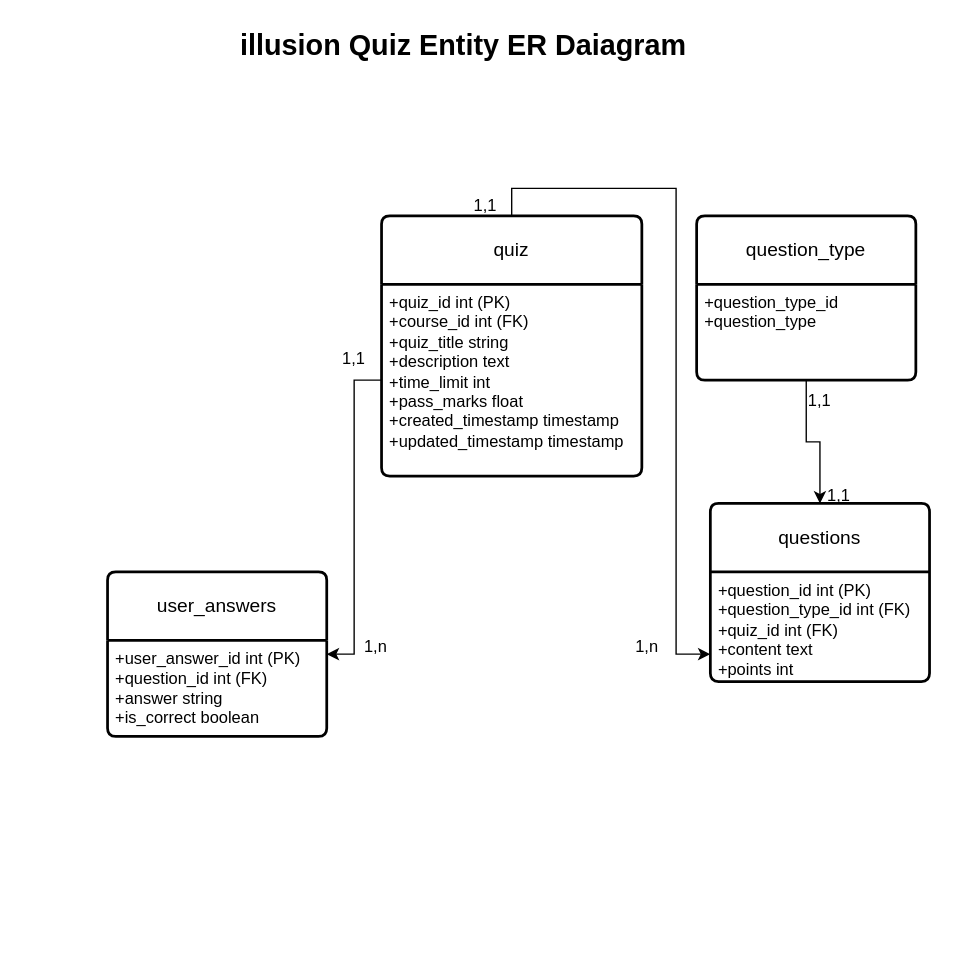
Before: illusion hackathon db model schema 2.drawio in The-Illusion-services/illusion-BE, a draw.io diagram. Source tidied: cells renumbered, new cells numbered last; positions are measured from the earlier drawing's top-left corner, leaving out a move shared by most shapes. Both pictures are drawn from the tidied source at 137%, with x=0, y=0 at pixel (107, 23).
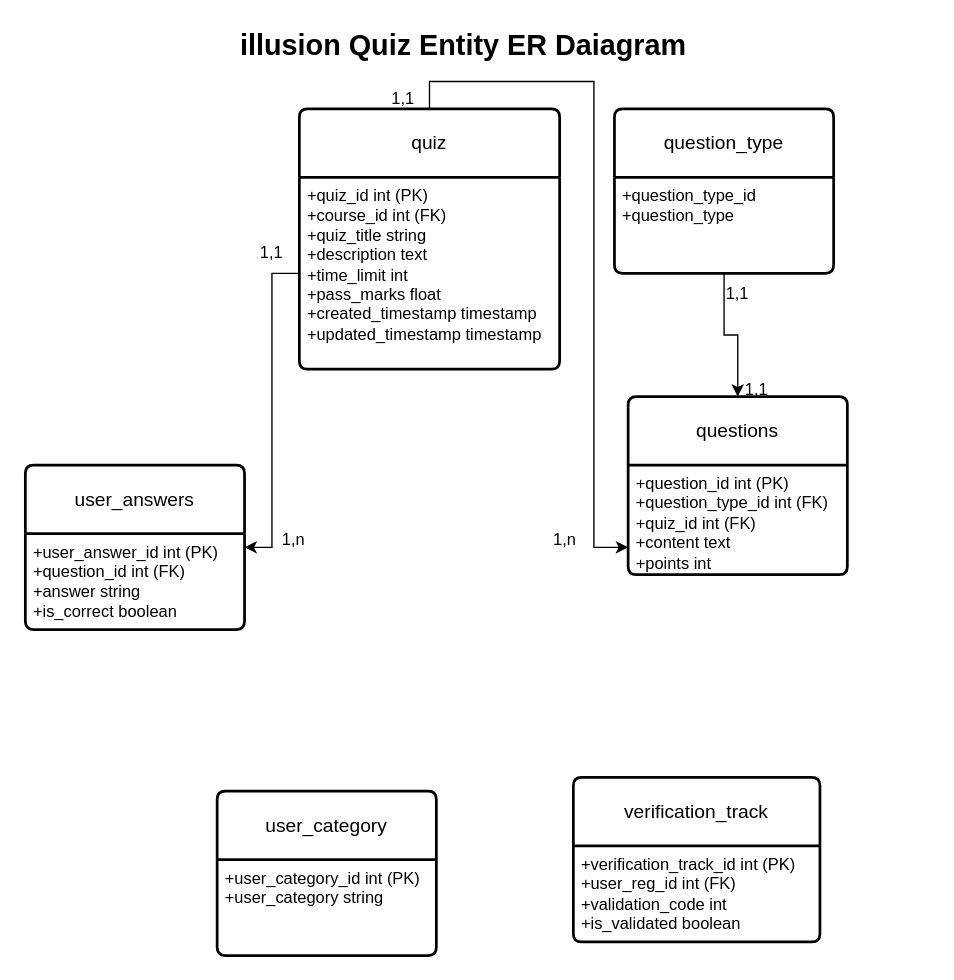
The same page after the edit.

Unchanged cells that the change refers to:
```xml
<mxCell id="4" value="+quiz_id int (PK)&lt;br&gt;+course_id int (FK)&lt;br&gt;&lt;div&gt;+quiz_title string&lt;br&gt;&lt;/div&gt;&lt;div&gt;+description text&lt;br&gt;&lt;/div&gt;&lt;div&gt;+time_limit int&lt;br&gt;&lt;/div&gt;&lt;div&gt;+pass_marks float&lt;br&gt;&lt;/div&gt;&lt;div&gt;+created_timestamp timestamp &lt;br&gt;&lt;/div&gt;&lt;div&gt;+updated_timestamp timestamp&lt;br&gt;&lt;/div&gt;" style="align=left;strokeColor=none;fillColor=none;spacingLeft=4;fontSize=12;verticalAlign=top;html=1;" parent="3" vertex="1">
  <mxGeometry y="50" width="190" height="140" as="geometry" />
</mxCell>
<mxCell id="6" value="+question_type_id&lt;br&gt;+question_type" style="align=left;strokeColor=none;fillColor=none;spacingLeft=4;fontSize=12;verticalAlign=top;html=1;" parent="5" vertex="1">
  <mxGeometry y="50" width="160" height="70" as="geometry" />
</mxCell>
<mxCell id="8" value="+question_id int (PK)&lt;br&gt;+question_type_id int (FK)&lt;br&gt;&lt;div&gt;+quiz_id int (FK)&lt;/div&gt;&lt;div&gt;+content text&lt;/div&gt;&lt;div&gt;+points int &lt;br&gt;&lt;/div&gt;&lt;div&gt;&lt;br&gt;&lt;/div&gt;" style="align=left;strokeColor=none;fillColor=none;spacingLeft=4;fontSize=12;verticalAlign=top;html=1;" parent="7" vertex="1">
  <mxGeometry y="50" width="160" height="80" as="geometry" />
</mxCell>
```

Diff of the diagram source:
```diff
@@
+    <mxCell id="11" value="illusion Quiz Entity ER Daiagram" style="text;html=1;align=center;verticalAlign=middle;whiteSpace=wrap;rounded=0;fontStyle=1;fontSize=21;" parent="1" vertex="1">
+      <mxGeometry x="50" width="420" height="30" as="geometry" />
+    </mxCell>
+    <mxCell id="20" style="group;" parent="1" vertex="1">
+      <mxGeometry x="-60" y="40" width="600" height="402" as="geometry" />
+    </mxCell>
-    <mxCell id="2" style="edgeStyle=orthogonalEdgeStyle;rounded=0;jettySize=auto;html=1;exitX=0.5;exitY=0;exitDx=0;exitDy=0;entryX=0;entryY=0.75;entryDx=0;entryDy=0;" parent="1" edge="1" source="3" target="8">
+    <mxCell id="2" style="edgeStyle=orthogonalEdgeStyle;rounded=0;jettySize=auto;html=1;exitX=0.5;exitY=0;exitDx=0;exitDy=0;entryX=0;entryY=0.75;entryDx=0;entryDy=0;" parent="20" edge="1" source="3" target="8">
       <mxGeometry relative="1" as="geometry" />
     </mxCell>
-    <mxCell id="3" value="quiz" style="swimlane;horizontal=1;startSize=50;rounded=1;fontSize=14;fontStyle=0;strokeWidth=2;shadow=0;dashed=0;align=center;arcSize=4;whiteSpace=wrap;html=1;" parent="1" vertex="1">
-      <mxGeometry x="200" y="140" width="190" height="190" as="geometry" />
+    <mxCell id="3" value="quiz" style="swimlane;horizontal=1;startSize=50;rounded=1;fontSize=14;fontStyle=0;strokeWidth=2;shadow=0;dashed=0;align=center;arcSize=4;whiteSpace=wrap;html=1;" parent="20" vertex="1">
+      <mxGeometry x="200" y="22" width="190" height="190" as="geometry" />
     </mxCell>
@@
-    <mxCell id="5" value="question_type" style="swimlane;horizontal=1;startSize=50;rounded=1;fontSize=14;fontStyle=0;strokeWidth=2;shadow=0;dashed=0;align=center;arcSize=4;whiteSpace=wrap;html=1;" parent="1" vertex="1">
-      <mxGeometry x="430" y="140" width="160" height="120" as="geometry" />
+    <mxCell id="5" value="question_type" style="swimlane;horizontal=1;startSize=50;rounded=1;fontSize=14;fontStyle=0;strokeWidth=2;shadow=0;dashed=0;align=center;arcSize=4;whiteSpace=wrap;html=1;" parent="20" vertex="1">
+      <mxGeometry x="430" y="22" width="160" height="120" as="geometry" />
     </mxCell>
@@
-    <mxCell id="7" value="questions" style="swimlane;horizontal=1;startSize=50;rounded=1;fontSize=14;fontStyle=0;strokeWidth=2;shadow=0;dashed=0;align=center;arcSize=4;whiteSpace=wrap;html=1;" parent="1" vertex="1">
-      <mxGeometry x="440" y="350" width="160" height="130" as="geometry" />
+    <mxCell id="7" value="questions" style="swimlane;horizontal=1;startSize=50;rounded=1;fontSize=14;fontStyle=0;strokeWidth=2;shadow=0;dashed=0;align=center;arcSize=4;whiteSpace=wrap;html=1;" parent="20" vertex="1">
+      <mxGeometry x="440" y="232" width="160" height="130" as="geometry" />
     </mxCell>
@@
-    <mxCell id="9" value="user_answers" style="swimlane;horizontal=1;startSize=50;rounded=1;fontSize=14;fontStyle=0;strokeWidth=2;shadow=0;dashed=0;align=center;arcSize=4;whiteSpace=wrap;html=1;" parent="1" vertex="1">
-      <mxGeometry y="400" width="160" height="120" as="geometry" />
+    <mxCell id="9" value="user_answers" style="swimlane;horizontal=1;startSize=50;rounded=1;fontSize=14;fontStyle=0;strokeWidth=2;shadow=0;dashed=0;align=center;arcSize=4;whiteSpace=wrap;html=1;" parent="20" vertex="1">
+      <mxGeometry y="282" width="160" height="120" as="geometry" />
     </mxCell>
@@
-    <mxCell id="11" value="illusion Quiz Entity ER Daiagram" style="text;html=1;align=center;verticalAlign=middle;whiteSpace=wrap;rounded=0;fontStyle=1;fontSize=21;" parent="1" vertex="1">
-      <mxGeometry x="50" width="420" height="30" as="geometry" />
-    </mxCell>
-    <mxCell id="12" style="edgeStyle=orthogonalEdgeStyle;rounded=0;jettySize=auto;html=1;entryX=0.5;entryY=0;entryDx=0;entryDy=0;" parent="1" edge="1" source="6" target="7">
+    <mxCell id="12" style="edgeStyle=orthogonalEdgeStyle;rounded=0;jettySize=auto;html=1;entryX=0.5;entryY=0;entryDx=0;entryDy=0;" parent="20" edge="1" source="6" target="7">
       <mxGeometry relative="1" as="geometry" />
     </mxCell>
-    <mxCell id="13" value="1,1" style="text;html=1;align=center;verticalAlign=middle;whiteSpace=wrap;rounded=0;" parent="1" vertex="1">
-      <mxGeometry x="490" y="260" width="60" height="30" as="geometry" />
+    <mxCell id="13" value="1,1" style="text;html=1;align=center;verticalAlign=middle;whiteSpace=wrap;rounded=0;" parent="20" vertex="1">
+      <mxGeometry x="490" y="142" width="60" height="30" as="geometry" />
     </mxCell>
-    <mxCell id="14" value="1,1" style="text;html=1;align=center;verticalAlign=middle;whiteSpace=wrap;rounded=0;" parent="1" vertex="1">
-      <mxGeometry x="504" y="330" width="60" height="30" as="geometry" />
+    <mxCell id="14" value="1,1" style="text;html=1;align=center;verticalAlign=middle;whiteSpace=wrap;rounded=0;" parent="20" vertex="1">
+      <mxGeometry x="504" y="212" width="60" height="30" as="geometry" />
     </mxCell>
-    <mxCell id="15" value="1,1" style="text;html=1;align=center;verticalAlign=middle;whiteSpace=wrap;rounded=0;" parent="1" vertex="1">
-      <mxGeometry x="246" y="118" width="60" height="30" as="geometry" />
+    <mxCell id="15" value="1,1" style="text;html=1;align=center;verticalAlign=middle;whiteSpace=wrap;rounded=0;" parent="20" vertex="1">
+      <mxGeometry x="246" width="60" height="30" as="geometry" />
     </mxCell>
-    <mxCell id="16" value="1,n" style="text;html=1;align=center;verticalAlign=middle;whiteSpace=wrap;rounded=0;" parent="1" vertex="1">
-      <mxGeometry x="364" y="440" width="60" height="30" as="geometry" />
+    <mxCell id="16" value="1,n" style="text;html=1;align=center;verticalAlign=middle;whiteSpace=wrap;rounded=0;" parent="20" vertex="1">
+      <mxGeometry x="364" y="322" width="60" height="30" as="geometry" />
     </mxCell>
-    <mxCell id="17" style="edgeStyle=orthogonalEdgeStyle;rounded=0;jettySize=auto;html=1;entryX=1;entryY=0.5;entryDx=0;entryDy=0;" parent="1" edge="1" source="4" target="9">
+    <mxCell id="17" style="edgeStyle=orthogonalEdgeStyle;rounded=0;jettySize=auto;html=1;entryX=1;entryY=0.5;entryDx=0;entryDy=0;" parent="20" edge="1" source="4" target="9">
       <mxGeometry relative="1" as="geometry" />
     </mxCell>
-    <mxCell id="18" value="1,1" style="text;html=1;align=center;verticalAlign=middle;whiteSpace=wrap;rounded=0;" parent="1" vertex="1">
-      <mxGeometry x="150" y="230" width="60" height="30" as="geometry" />
+    <mxCell id="18" value="1,1" style="text;html=1;align=center;verticalAlign=middle;whiteSpace=wrap;rounded=0;" parent="20" vertex="1">
+      <mxGeometry x="150" y="112" width="60" height="30" as="geometry" />
     </mxCell>
-    <mxCell id="19" value="1,n" style="text;html=1;align=center;verticalAlign=middle;whiteSpace=wrap;rounded=0;" parent="1" vertex="1">
-      <mxGeometry x="166" y="440" width="60" height="30" as="geometry" />
+    <mxCell id="19" value="1,n" style="text;html=1;align=center;verticalAlign=middle;whiteSpace=wrap;rounded=0;" parent="20" vertex="1">
+      <mxGeometry x="166" y="322" width="60" height="30" as="geometry" />
     </mxCell>
+    <mxCell id="21" value="user_category" style="swimlane;horizontal=1;startSize=50;rounded=1;fontSize=14;fontStyle=0;strokeWidth=2;shadow=0;dashed=0;align=center;arcSize=4;whiteSpace=wrap;html=1;" parent="1" vertex="1">
+      <mxGeometry x="80" y="560" width="160" height="120" as="geometry" />
+    </mxCell>
+    <mxCell id="22" value="+user_category_id int (PK)&lt;br&gt;+user_category string" style="align=left;strokeColor=none;fillColor=none;spacingLeft=4;fontSize=12;verticalAlign=top;html=1;" parent="21" vertex="1">
+      <mxGeometry y="50" width="160" height="70" as="geometry" />
+    </mxCell>
+    <mxCell id="23" value="verification_track" style="swimlane;horizontal=1;startSize=50;rounded=1;fontSize=14;fontStyle=0;strokeWidth=2;shadow=0;dashed=0;align=center;arcSize=4;whiteSpace=wrap;html=1;" parent="1" vertex="1">
+      <mxGeometry x="340" y="550" width="180" height="120" as="geometry" />
+    </mxCell>
+    <mxCell id="24" value="+verification_track_id int (PK)&lt;br&gt;+user_reg_id int (FK)&lt;br&gt;&lt;div&gt;+validation_code int&lt;br&gt;&lt;/div&gt;&lt;div&gt;+is_validated boolean &lt;br&gt;&lt;/div&gt;" style="align=left;strokeColor=none;fillColor=none;spacingLeft=4;fontSize=12;verticalAlign=top;html=1;" parent="23" vertex="1">
+      <mxGeometry y="50" width="180" height="70" as="geometry" />
+    </mxCell>
```
